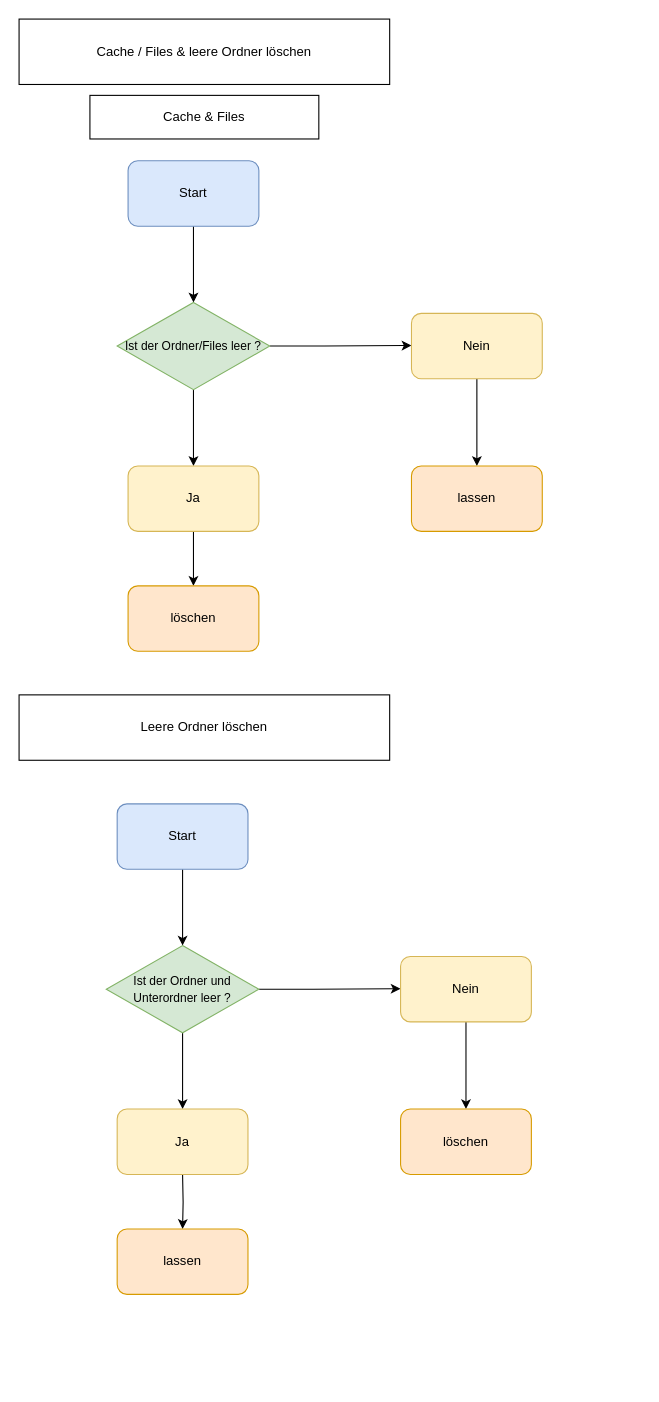
Above: Flussdiagramm/flussdiagramm.drawio in godbeeruss/M122-delete-cache-and-files-powershell (draw.io), before the change. Source tidied: cells renumbered, new cells numbered last; positions are measured from the earlier drawing's top-left corner, leaving out a move shared by most shapes. Both pictures are drawn from the tidied source at 109%, with x=0, y=0 at pixel (19, 19).
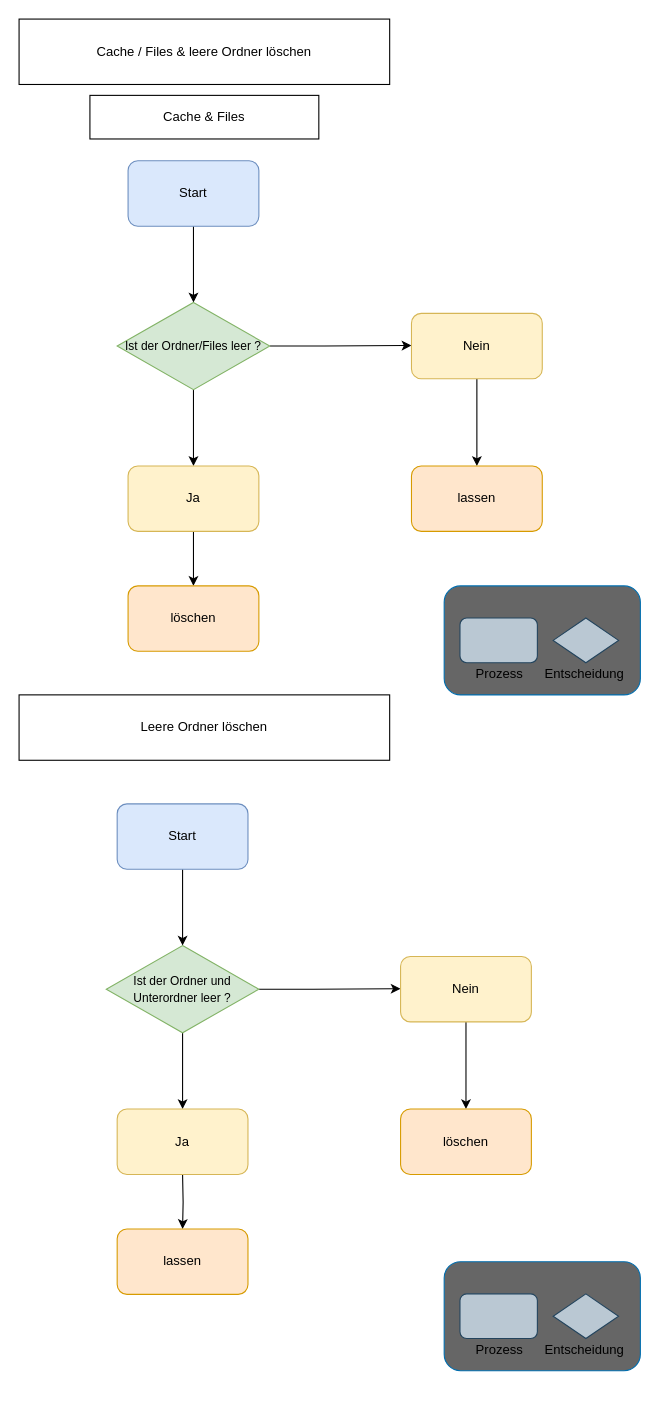
After the change.

Commit message:
feat: Flussdiagramm Legende

Diff of the diagram source:
```diff
@@
-    <mxCell id="8" value="&lt;font style=&quot;font-size: 11px&quot;&gt;Ist der Ordner/Files leer ?&lt;/font&gt;" style="rhombus;whiteSpace=wrap;html=1;fillColor=#d5e8d4;strokeColor=#82b366;" parent="1" vertex="1">
+    <mxCell id="8" value="&lt;font style=&quot;font-size: 11px&quot; color=&quot;#000000&quot;&gt;Ist der Ordner/Files leer ?&lt;/font&gt;" style="rhombus;whiteSpace=wrap;html=1;fillColor=#d5e8d4;strokeColor=#82b366;" parent="1" vertex="1">
       <mxGeometry x="90" y="260" width="140" height="80" as="geometry" />
     </mxCell>
@@
-    <mxCell id="21" value="&lt;font style=&quot;font-size: 11px&quot;&gt;Ist der Ordner und Unterordner leer ?&lt;/font&gt;" style="rhombus;whiteSpace=wrap;html=1;fillColor=#d5e8d4;strokeColor=#82b366;" parent="1" vertex="1">
+    <mxCell id="21" value="&lt;font style=&quot;font-size: 11px&quot; color=&quot;#000000&quot;&gt;Ist der Ordner und Unterordner leer ?&lt;/font&gt;" style="rhombus;whiteSpace=wrap;html=1;fillColor=#d5e8d4;strokeColor=#82b366;" parent="1" vertex="1">
       <mxGeometry x="80" y="850" width="140" height="80" as="geometry" />
     </mxCell>
@@
+    <mxCell id="27" style="rounded=1;whiteSpace=wrap;html=1;fillColor=#666666;strokeColor=#006EAF;fontColor=#ffffff;" parent="1" vertex="1">
+      <mxGeometry x="390" y="1140" width="180" height="100" as="geometry" />
+    </mxCell>
+    <mxCell id="28" style="rhombus;whiteSpace=wrap;html=1;fillColor=#bac8d3;strokeColor=#23445d;" parent="1" vertex="1">
+      <mxGeometry x="490" y="1169.5" width="60" height="41" as="geometry" />
+    </mxCell>
+    <mxCell id="29" style="rounded=1;whiteSpace=wrap;html=1;fillColor=#bac8d3;strokeColor=#23445d;" parent="1" vertex="1">
+      <mxGeometry x="404.5" y="1169.5" width="71" height="41" as="geometry" />
+    </mxCell>
+    <mxCell id="30" value="&amp;nbsp; Prozess&lt;span style=&quot;white-space: pre&quot;&gt;&#9;&lt;/span&gt;&amp;nbsp; &amp;nbsp; &amp;nbsp;Entscheidung" style="whiteSpace=wrap;html=1;fontColor=#000000;fillColor=none;strokeColor=none;" parent="1" vertex="1">
+      <mxGeometry x="409" y="1191" width="150" height="60" as="geometry" />
+    </mxCell>
+    <mxCell id="31" style="rounded=1;whiteSpace=wrap;html=1;fillColor=#666666;strokeColor=#006EAF;fontColor=#ffffff;" parent="1" vertex="1">
+      <mxGeometry x="390" y="520" width="180" height="100" as="geometry" />
+    </mxCell>
+    <mxCell id="32" style="rhombus;whiteSpace=wrap;html=1;fillColor=#bac8d3;strokeColor=#23445d;" parent="1" vertex="1">
+      <mxGeometry x="490" y="549.5" width="60" height="41" as="geometry" />
+    </mxCell>
+    <mxCell id="33" style="rounded=1;whiteSpace=wrap;html=1;fillColor=#bac8d3;strokeColor=#23445d;" parent="1" vertex="1">
+      <mxGeometry x="404.5" y="549.5" width="71" height="41" as="geometry" />
+    </mxCell>
+    <mxCell id="34" value="&amp;nbsp; Prozess&lt;span style=&quot;white-space: pre&quot;&gt;&#9;&lt;/span&gt;&amp;nbsp; &amp;nbsp; &amp;nbsp;Entscheidung" style="whiteSpace=wrap;html=1;fontColor=#000000;fillColor=none;strokeColor=none;" parent="1" vertex="1">
+      <mxGeometry x="409" y="571" width="150" height="60" as="geometry" />
+    </mxCell>
```
